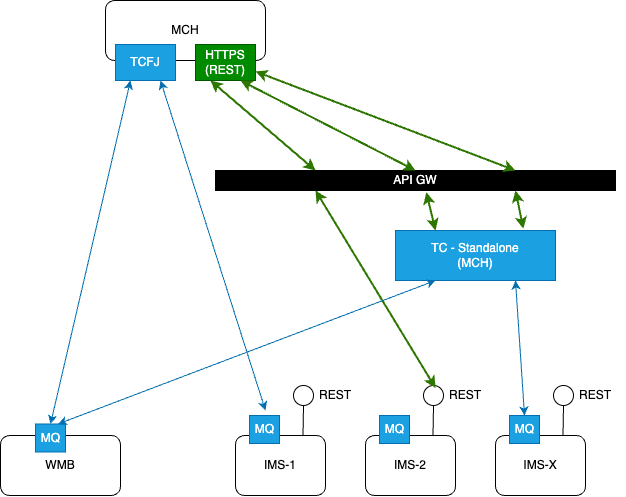
Before: TIF-Exit_conectivity(MCH).drawio.png, a diagram exported from draw.io (MichalHasekRB/my-Diagrams). Source tidied: cells renumbered, new cells last; positions are measured from the earlier drawing's top-left corner, leaving out a move shared by most shapes.
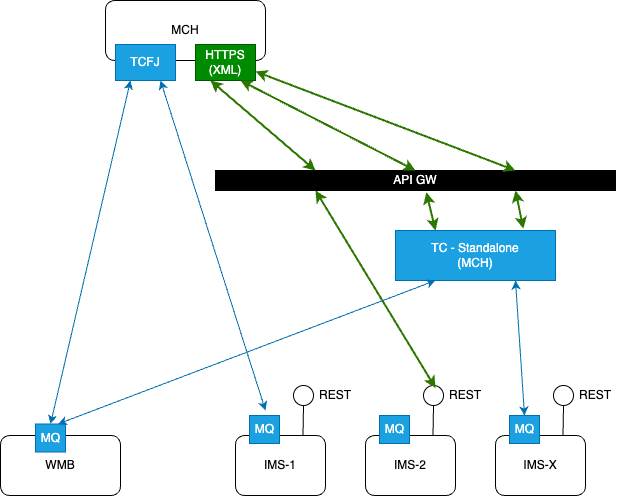
Later version of the same file.

What changed in the source:
```diff
@@ -77,7 +77,7 @@
     <mxCell id="26" style="endArrow=classic;startArrow=classic;html=1;rounded=0;exitX=0.5;exitY=1;exitDx=0;exitDy=0;entryX=0.25;entryY=1;entryDx=0;entryDy=0;fillColor=#1ba1e2;strokeColor=#006EAF;" parent="1" edge="1" source="23" target="24">
       <mxGeometry relative="1" as="geometry" />
     </mxCell>
-    <mxCell id="27" value="HTTPS (REST)" style="rounded=0;whiteSpace=wrap;html=1;fillColor=#008a00;fontColor=#ffffff;strokeColor=#005700;" parent="1" vertex="1">
+    <mxCell id="27" value="HTTPS (XML)" style="rounded=0;whiteSpace=wrap;html=1;fillColor=#008a00;fontColor=#ffffff;strokeColor=#005700;" parent="1" vertex="1">
       <mxGeometry x="195" y="44" width="60" height="36" as="geometry" />
     </mxCell>
     <mxCell id="28" style="endArrow=classic;startArrow=classic;html=1;rounded=0;entryX=0.25;entryY=1;entryDx=0;entryDy=0;exitX=0.25;exitY=0;exitDx=0;exitDy=0;fillColor=#60a917;strokeColor=#2D7600;strokeWidth=2;" parent="1" edge="1" source="4" target="27">
```
